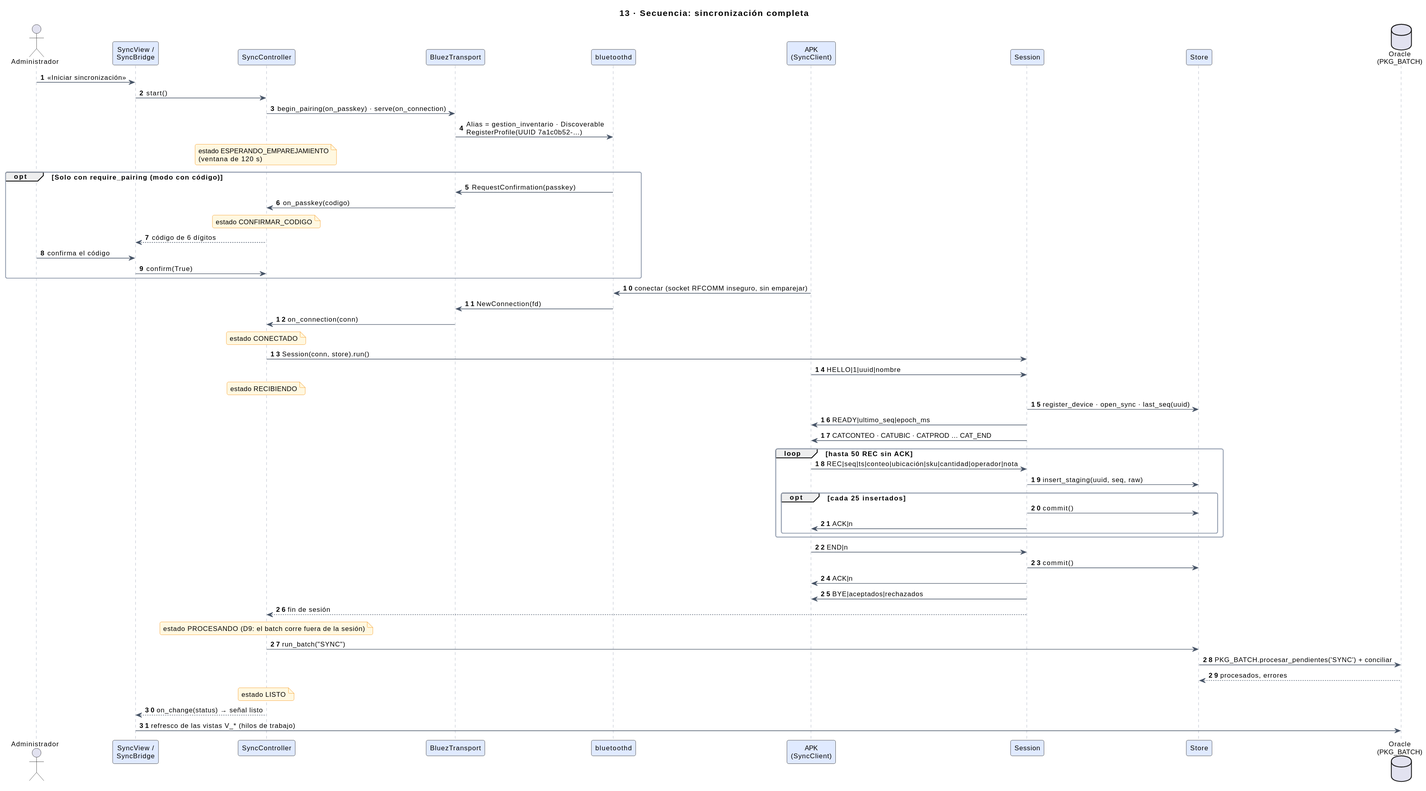
sebas-archive/kardex-bt keeps this PlantUML diagram as docs/img/uml/13-secuencia-sincronizacion.svg. Above is the earlier version.
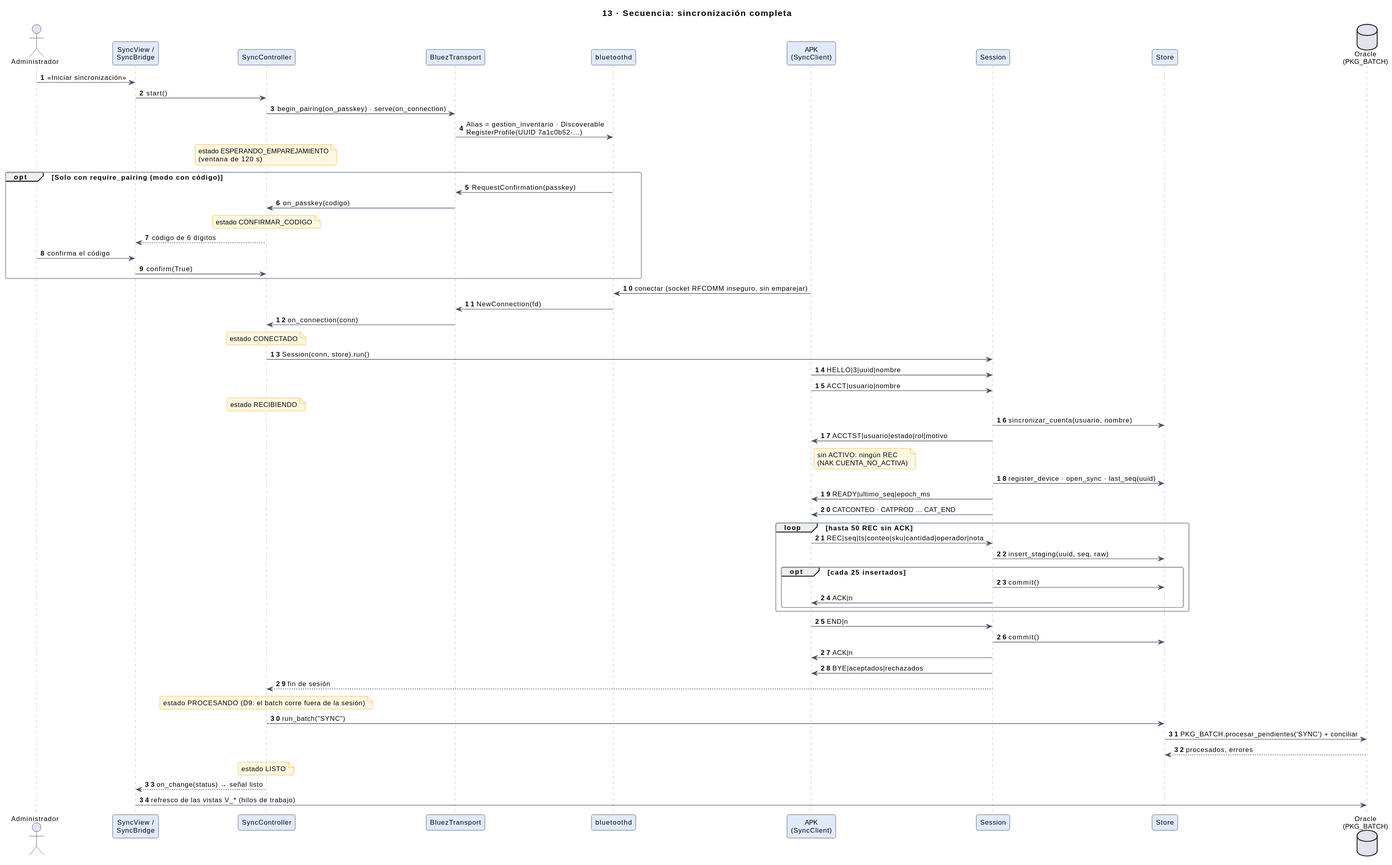
The same file after the commit.

The edit, as a diff of the source:
```diff
@@ -30,13 +30,17 @@
 bz -> ctrl : on_connection(conn)
 note over ctrl : estado CONECTADO
 ctrl -> ses : Session(conn, store).run()
-apk -> ses : HELLO|1|uuid|nombre
+apk -> ses : HELLO|3|uuid|nombre
+apk -> ses : ACCT|usuario|nombre
 note over ctrl : estado RECIBIENDO
+ses -> st : sincronizar_cuenta(usuario, nombre)
+ses -> apk : ACCTST|usuario|estado|rol|motivo
+note right of apk : sin ACTIVO: ningún REC\n(NAK CUENTA_NO_ACTIVA)
 ses -> st : register_device · open_sync · last_seq(uuid)
 ses -> apk : READY|ultimo_seq|epoch_ms
-ses -> apk : CATCONTEO · CATUBIC · CATPROD … CAT_END
+ses -> apk : CATCONTEO · CATPROD … CAT_END
 loop hasta 50 REC sin ACK
-  apk -> ses : REC|seq|ts|conteo|ubicación|sku|cantidad|operador|nota
+  apk -> ses : REC|seq|ts|conteo|sku|cantidad|operador|nota
   ses -> st : insert_staging(uuid, seq, raw)
   opt cada 25 insertados
     ses -> st : commit()
```
